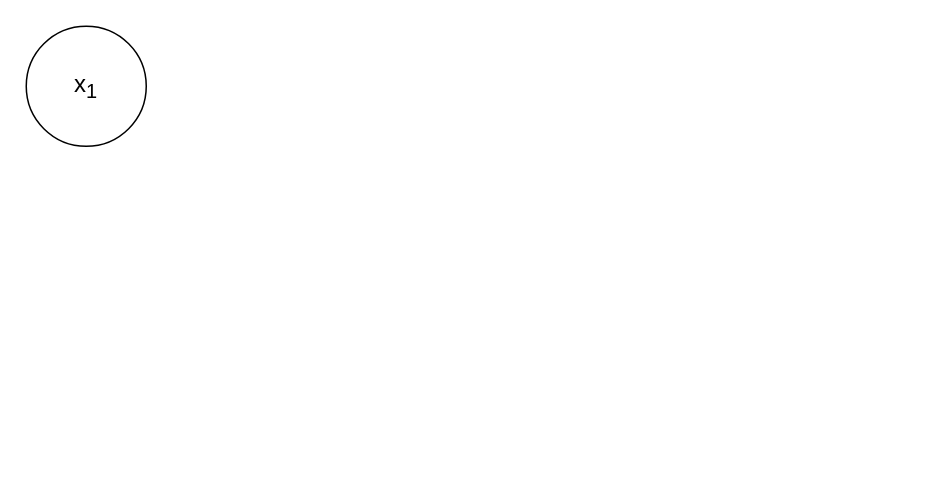
Above: A2COMP433.drawio in critschris/COMP-433 (draw.io), before the change. Source tidied: cells renumbered, new cells numbered last; positions are measured from the earlier drawing's top-left corner, leaving out a move shared by most shapes. Both pictures are drawn from the tidied source at 150%, with x=0, y=0 at pixel (26, 26).
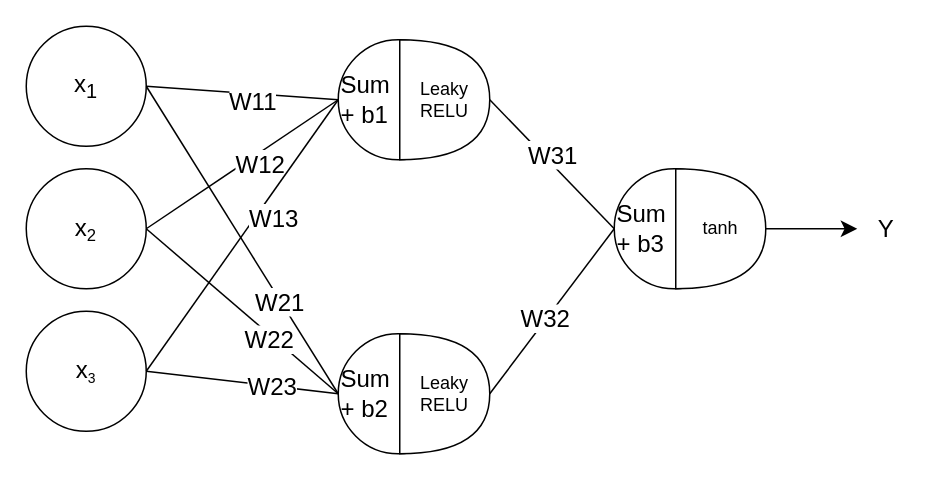
After the change.

The change refers to these unchanged cells:
```xml
<mxCell id="2" value="&lt;font style=&quot;font-size: 16px;&quot;&gt;x&lt;sub&gt;1&lt;/sub&gt;&lt;/font&gt;" style="ellipse;whiteSpace=wrap;html=1;" parent="1" vertex="1">
  <mxGeometry width="80" height="80" as="geometry" />
</mxCell>
```

Diff of the diagram source:
```diff
@@
+    <mxCell id="3" value="&lt;font style=&quot;font-size: 16px;&quot;&gt;x&lt;/font&gt;&lt;font style=&quot;font-size: 13.3333px;&quot;&gt;&lt;sub&gt;2&lt;/sub&gt;&lt;/font&gt;" style="ellipse;whiteSpace=wrap;html=1;" parent="1" vertex="1">
+      <mxGeometry y="95" width="80" height="80" as="geometry" />
+    </mxCell>
+    <mxCell id="4" value="&lt;font style=&quot;font-size: 16px;&quot;&gt;x&lt;/font&gt;&lt;font style=&quot;font-size: 11.1111px;&quot;&gt;&lt;sub&gt;3&lt;/sub&gt;&lt;/font&gt;" style="ellipse;whiteSpace=wrap;html=1;" parent="1" vertex="1">
+      <mxGeometry y="190" width="80" height="80" as="geometry" />
+    </mxCell>
+    <mxCell id="5" value="&lt;font style=&quot;font-size: 16px;&quot;&gt;Sum&lt;/font&gt;&lt;div&gt;&lt;font style=&quot;font-size: 16px;&quot;&gt;+ b1&lt;/font&gt;&lt;/div&gt;" style="ellipse;whiteSpace=wrap;html=1;align=left;" parent="1" vertex="1">
+      <mxGeometry x="208" y="9" width="80" height="80" as="geometry" />
+    </mxCell>
+    <mxCell id="6" value="Leaky&lt;div&gt;RELU&lt;/div&gt;" style="shape=or;whiteSpace=wrap;html=1;" parent="1" vertex="1">
+      <mxGeometry x="249" y="9" width="60" height="80" as="geometry" />
+    </mxCell>
+    <mxCell id="7" style="endArrow=none;html=1;rounded=0;fontSize=12;startSize=8;endSize=8;curved=1;exitX=1;exitY=0.5;exitDx=0;exitDy=0;entryX=0;entryY=0.5;entryDx=0;entryDy=0;" parent="1" edge="1" source="2" target="5">
+      <mxGeometry relative="1" as="geometry" />
+    </mxCell>
+    <mxCell id="8" value="&lt;font style=&quot;font-size: 16px;&quot;&gt;W11&lt;/font&gt;" style="edgeLabel;html=1;align=center;verticalAlign=middle;fontSize=12;" parent="7" vertex="1">
+      <mxGeometry x="-0.27" y="-2" relative="1" as="geometry">
+        <mxPoint x="24" y="4" as="offset" />
+      </mxGeometry>
+    </mxCell>
+    <mxCell id="9" style="endArrow=none;html=1;rounded=0;fontSize=12;startSize=8;endSize=8;curved=1;exitX=1;exitY=0.5;exitDx=0;exitDy=0;entryX=0;entryY=0.5;entryDx=0;entryDy=0;" parent="1" edge="1" source="3" target="5">
+      <mxGeometry relative="1" as="geometry" />
+    </mxCell>
+    <mxCell id="10" value="&lt;font style=&quot;font-size: 16px;&quot;&gt;W12&lt;/font&gt;" style="edgeLabel;html=1;align=center;verticalAlign=middle;fontSize=12;" parent="9" vertex="1">
+      <mxGeometry x="-0.3" y="-1" relative="1" as="geometry">
+        <mxPoint x="30" y="-14" as="offset" />
+      </mxGeometry>
+    </mxCell>
+    <mxCell id="11" style="endArrow=none;html=1;rounded=0;fontSize=12;startSize=8;endSize=8;curved=1;exitX=1;exitY=0.5;exitDx=0;exitDy=0;entryX=0;entryY=0.5;entryDx=0;entryDy=0;" parent="1" edge="1" source="4" target="5">
+      <mxGeometry relative="1" as="geometry" />
+    </mxCell>
+    <mxCell id="12" value="&lt;font style=&quot;font-size: 16px;&quot;&gt;W13&lt;/font&gt;" style="edgeLabel;html=1;align=center;verticalAlign=middle;fontSize=12;" parent="11" vertex="1">
+      <mxGeometry x="-0.23" relative="1" as="geometry">
+        <mxPoint x="35" y="-33" as="offset" />
+      </mxGeometry>
+    </mxCell>
+    <mxCell id="13" value="&lt;font style=&quot;font-size: 16px;&quot;&gt;Sum&lt;/font&gt;&lt;div&gt;&lt;font style=&quot;font-size: 16px;&quot;&gt;+ b2&lt;/font&gt;&lt;/div&gt;" style="ellipse;whiteSpace=wrap;html=1;align=left;" parent="1" vertex="1">
+      <mxGeometry x="208" y="205" width="80" height="80" as="geometry" />
+    </mxCell>
+    <mxCell id="14" value="Leaky&lt;div&gt;RELU&lt;/div&gt;" style="shape=or;whiteSpace=wrap;html=1;" parent="1" vertex="1">
+      <mxGeometry x="249" y="205" width="60" height="80" as="geometry" />
+    </mxCell>
+    <mxCell id="15" style="endArrow=none;html=1;rounded=0;fontSize=12;startSize=8;endSize=8;curved=1;exitX=1;exitY=0.5;exitDx=0;exitDy=0;entryX=0;entryY=0.5;entryDx=0;entryDy=0;" parent="1" edge="1" source="2" target="13">
+      <mxGeometry relative="1" as="geometry" />
+    </mxCell>
+    <mxCell id="16" value="&lt;font style=&quot;font-size: 16px;&quot;&gt;W21&lt;/font&gt;" style="edgeLabel;html=1;align=center;verticalAlign=middle;fontSize=12;" parent="15" vertex="1">
+      <mxGeometry x="0.39" y="-1" relative="1" as="geometry" />
+    </mxCell>
+    <mxCell id="17" style="endArrow=none;html=1;rounded=0;fontSize=12;startSize=8;endSize=8;curved=1;exitX=1;exitY=0.5;exitDx=0;exitDy=0;entryX=0;entryY=0.5;entryDx=0;entryDy=0;" parent="1" edge="1" source="3" target="13">
+      <mxGeometry relative="1" as="geometry" />
+    </mxCell>
+    <mxCell id="18" value="&lt;font style=&quot;font-size: 16px;&quot;&gt;W22&lt;/font&gt;" style="edgeLabel;html=1;align=center;verticalAlign=middle;fontSize=12;" parent="17" vertex="1">
+      <mxGeometry x="0.3" y="-3" relative="1" as="geometry" />
+    </mxCell>
+    <mxCell id="19" style="endArrow=none;html=1;rounded=0;fontSize=12;startSize=8;endSize=8;curved=1;exitX=1;exitY=0.5;exitDx=0;exitDy=0;entryX=0;entryY=0.5;entryDx=0;entryDy=0;" parent="1" edge="1" source="4" target="13">
+      <mxGeometry relative="1" as="geometry" />
+    </mxCell>
+    <mxCell id="20" value="&lt;font style=&quot;font-size: 16px;&quot;&gt;W23&lt;/font&gt;" style="edgeLabel;html=1;align=center;verticalAlign=middle;fontSize=12;" parent="19" vertex="1">
+      <mxGeometry x="0.31" relative="1" as="geometry" />
+    </mxCell>
+    <mxCell id="21" value="&lt;font style=&quot;font-size: 16px;&quot;&gt;Sum&lt;/font&gt;&lt;div&gt;&lt;font style=&quot;font-size: 16px;&quot;&gt;+ b3&lt;/font&gt;&lt;/div&gt;" style="ellipse;whiteSpace=wrap;html=1;align=left;" parent="1" vertex="1">
+      <mxGeometry x="392" y="95" width="80" height="80" as="geometry" />
+    </mxCell>
+    <mxCell id="22" value="tanh" style="shape=or;whiteSpace=wrap;html=1;" parent="1" vertex="1">
+      <mxGeometry x="433" y="95" width="60" height="80" as="geometry" />
+    </mxCell>
+    <mxCell id="23" style="endArrow=none;html=1;rounded=0;fontSize=12;startSize=8;endSize=8;curved=1;exitX=1;exitY=0.5;exitDx=0;exitDy=0;exitPerimeter=0;entryX=0;entryY=0.5;entryDx=0;entryDy=0;" parent="1" edge="1" source="6" target="21">
+      <mxGeometry relative="1" as="geometry" />
+    </mxCell>
+    <mxCell id="24" value="&lt;font style=&quot;font-size: 16px;&quot;&gt;W31&lt;/font&gt;" style="edgeLabel;html=1;align=center;verticalAlign=middle;fontSize=12;" parent="23" vertex="1">
+      <mxGeometry x="-0.08" y="4" relative="1" as="geometry" />
+    </mxCell>
+    <mxCell id="25" style="endArrow=none;html=1;rounded=0;fontSize=12;startSize=8;endSize=8;curved=1;exitX=1;exitY=0.5;exitDx=0;exitDy=0;exitPerimeter=0;entryX=0;entryY=0.5;entryDx=0;entryDy=0;" parent="1" edge="1" source="14" target="21">
+      <mxGeometry relative="1" as="geometry" />
+    </mxCell>
+    <mxCell id="26" value="&lt;font style=&quot;font-size: 16px;&quot;&gt;W32&lt;/font&gt;" style="edgeLabel;html=1;align=center;verticalAlign=middle;fontSize=12;" parent="25" vertex="1">
+      <mxGeometry x="-0.08" relative="1" as="geometry">
+        <mxPoint x="-1" as="offset" />
+      </mxGeometry>
+    </mxCell>
+    <mxCell id="27" style="endArrow=classic;html=1;rounded=0;fontSize=12;startSize=8;endSize=8;curved=1;exitX=1;exitY=0.5;exitDx=0;exitDy=0;exitPerimeter=0;" parent="1" edge="1" source="22">
+      <mxGeometry relative="1" as="geometry">
+        <mxPoint x="554" y="135" as="targetPoint" />
+      </mxGeometry>
+    </mxCell>
+    <mxCell id="28" value="Y" style="text;html=1;align=center;verticalAlign=middle;strokeColor=none;fillColor=none;fontSize=16;" parent="1" vertex="1">
+      <mxGeometry x="558" y="119.5" width="29" height="31" as="geometry" />
+    </mxCell>
```
